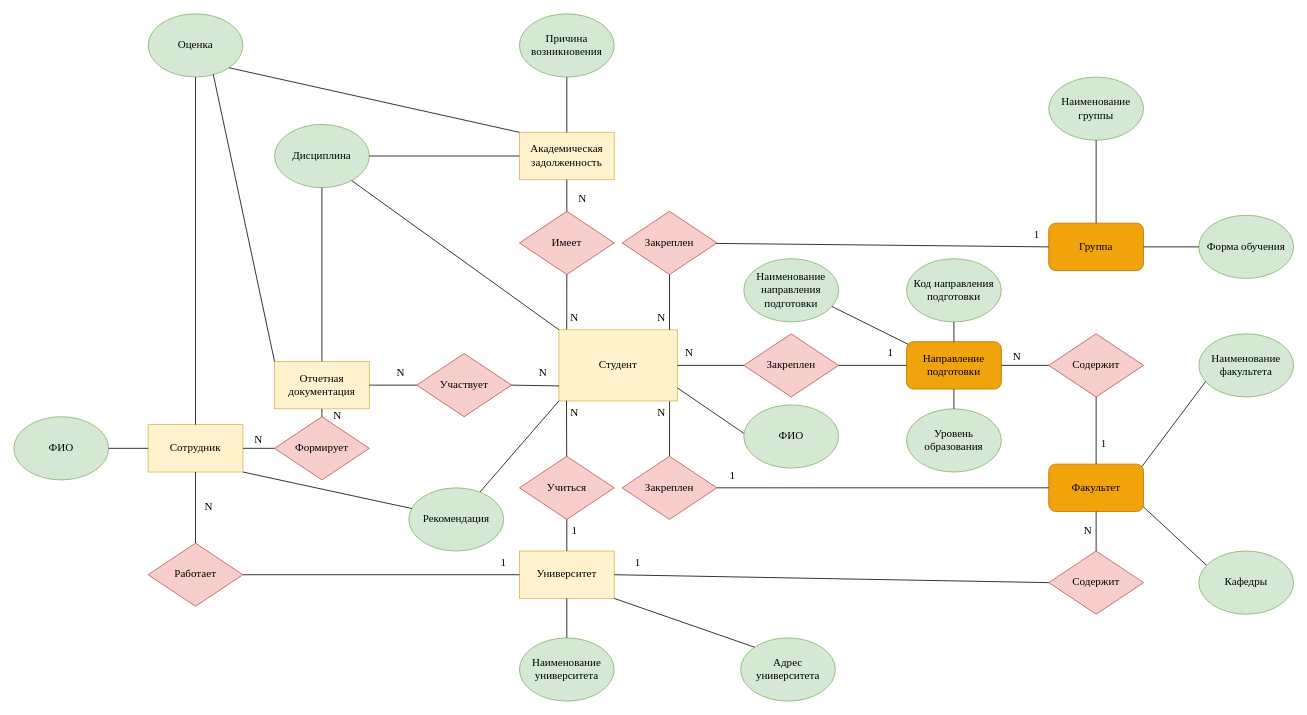
This is Уточненная ER-диаграмма.drawio from DLordxxx/Practice, a draw.io file, before an edit. Source tidied: cells renumbered, new cells numbered last; positions are measured from the earlier drawing's top-left corner, leaving out a move shared by most shapes. Both pictures are drawn from the tidied source at 79%, with x=0, y=0 at pixel (13, 13).
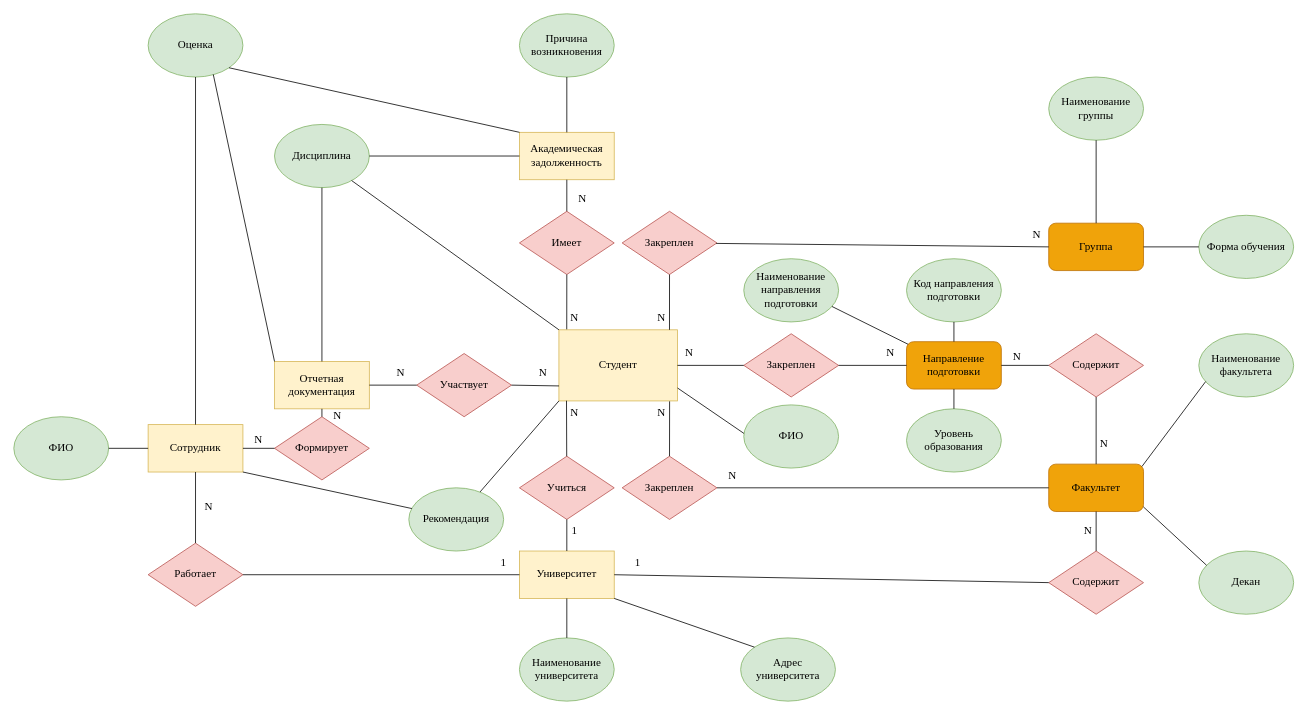
After the change.

Diff of the diagram source:
```diff
@@
-    <mxCell id="51" value="Кафедры" style="ellipse;whiteSpace=wrap;html=1;fontFamily=Times New Roman;fontSize=14;fillColor=#d5e8d4;strokeColor=#82b366;" parent="1" vertex="1">
+    <mxCell id="51" value="Декан" style="ellipse;whiteSpace=wrap;html=1;fontFamily=Times New Roman;fontSize=14;fillColor=#d5e8d4;strokeColor=#82b366;" parent="1" vertex="1">
       <mxGeometry x="1500" y="680" width="120" height="80" as="geometry" />
     </mxCell>
@@
-    <mxCell id="78" value="1" style="text;html=1;align=center;verticalAlign=middle;whiteSpace=wrap;rounded=0;fontFamily=Times New Roman;fontSize=14;" parent="1" vertex="1">
+    <mxCell id="78" value="N" style="text;html=1;align=center;verticalAlign=middle;whiteSpace=wrap;rounded=0;fontFamily=Times New Roman;fontSize=14;" parent="1" vertex="1">
       <mxGeometry x="1280" y="265" width="30" height="30" as="geometry" />
     </mxCell>
@@
-    <mxCell id="84" value="1" style="text;html=1;align=center;verticalAlign=middle;whiteSpace=wrap;rounded=0;fontFamily=Times New Roman;fontSize=14;" parent="1" vertex="1">
+    <mxCell id="84" value="N" style="text;html=1;align=center;verticalAlign=middle;whiteSpace=wrap;rounded=0;fontFamily=Times New Roman;fontSize=14;" parent="1" vertex="1">
       <mxGeometry x="880" y="570" width="60" height="30" as="geometry" />
     </mxCell>
@@
-    <mxCell id="91" value="1" style="text;html=1;align=center;verticalAlign=middle;whiteSpace=wrap;rounded=0;fontFamily=Times New Roman;fontSize=14;" parent="1" vertex="1">
+    <mxCell id="91" value="N" style="text;html=1;align=center;verticalAlign=middle;whiteSpace=wrap;rounded=0;fontFamily=Times New Roman;fontSize=14;" parent="1" vertex="1">
       <mxGeometry x="1080" y="415" width="60" height="30" as="geometry" />
     </mxCell>
@@
-    <mxCell id="93" value="1" style="text;html=1;align=center;verticalAlign=middle;whiteSpace=wrap;rounded=0;fontFamily=Times New Roman;fontSize=14;" parent="1" vertex="1">
+    <mxCell id="93" value="N" style="text;html=1;align=center;verticalAlign=middle;whiteSpace=wrap;rounded=0;fontFamily=Times New Roman;fontSize=14;" parent="1" vertex="1">
       <mxGeometry x="1350" y="530" width="60" height="30" as="geometry" />
     </mxCell>
```
